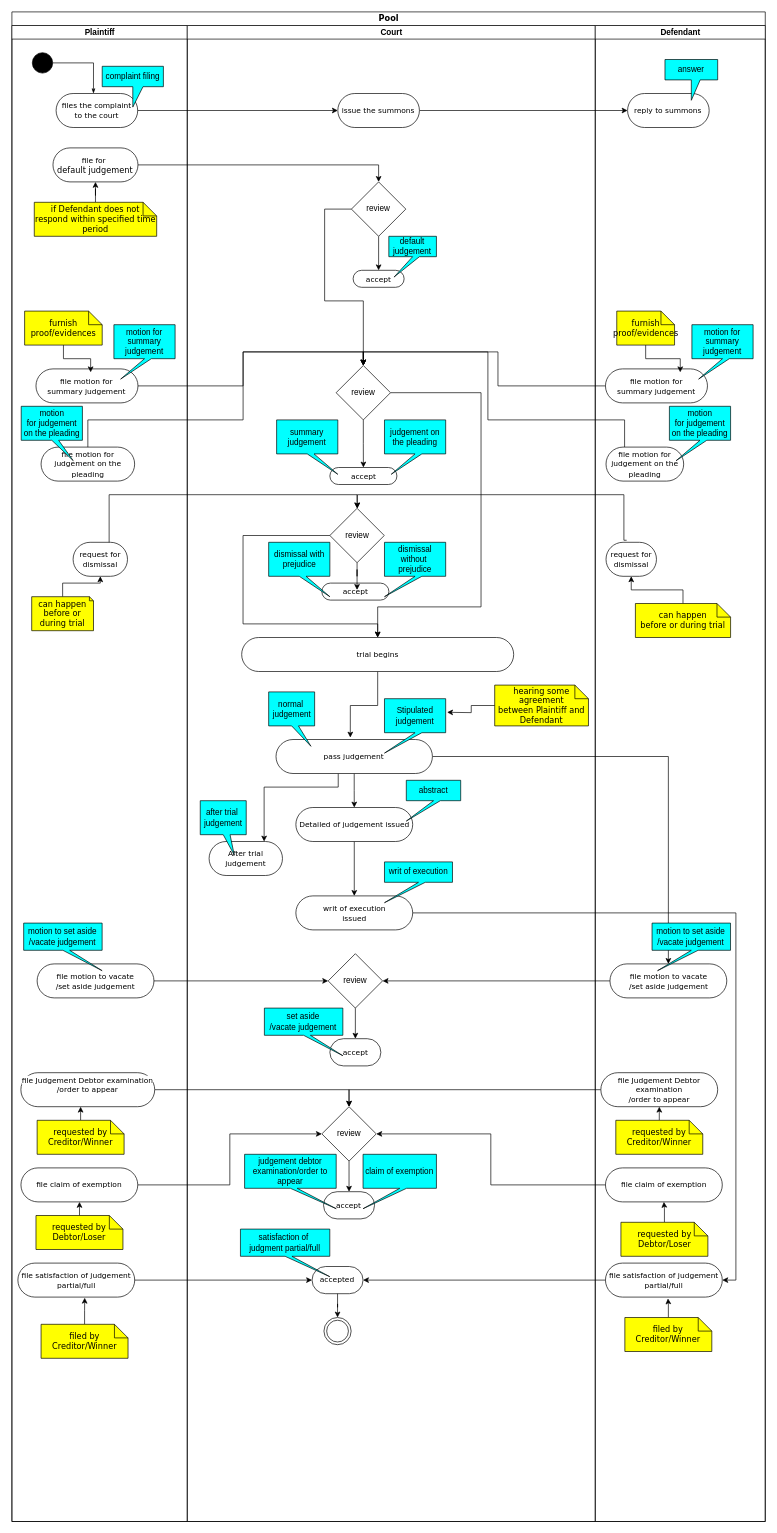
This is Untitled Diagram.drawio from mohanshenoy/test-repository-1, a draw.io file, before an edit. Source tidied: cells renumbered, new cells numbered last; positions are measured from the earlier drawing's top-left corner, leaving out a move shared by most shapes. Both pictures are drawn from the tidied source at 68%, with x=0, y=0 at pixel (12, 12).
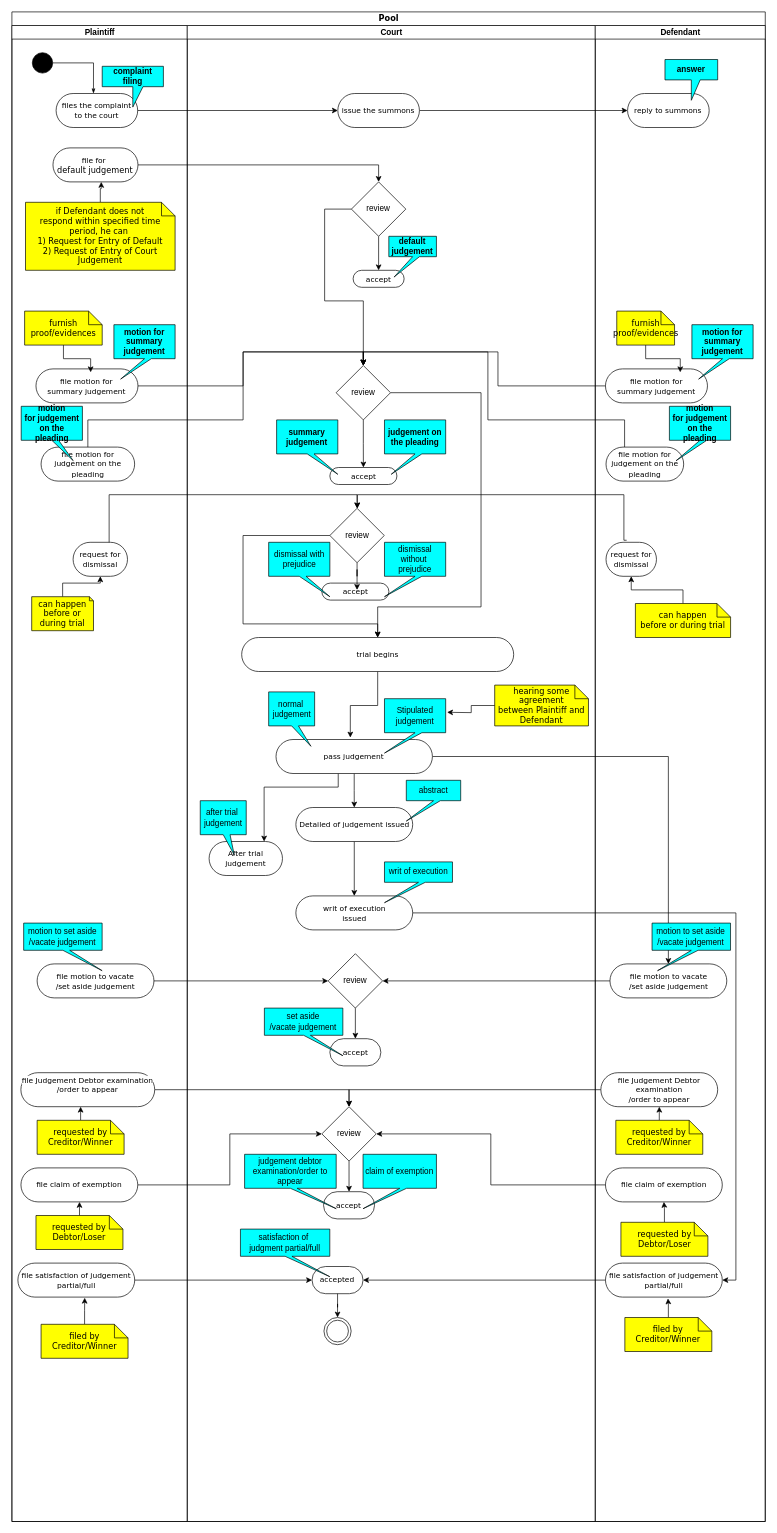
Above is the later version.

The change refers to these unchanged cells:
```xml
<mxCell id="6" value="Plaintiff" style="swimlane;html=1;startSize=20;" parent="2" vertex="1">
  <mxGeometry y="20" width="257.9" height="2200" as="geometry" />
</mxCell>
<mxCell id="11" value="&lt;span style=&quot;font-size: 11px; background-color: rgb(255, 255, 255);&quot;&gt;file for&amp;nbsp;&lt;br&gt;&lt;/span&gt;default judgement" style="rounded=1;whiteSpace=wrap;html=1;shadow=0;comic=0;labelBackgroundColor=none;strokeWidth=1;fontFamily=Verdana;fontSize=12;align=center;arcSize=50;" parent="6" vertex="1">
  <mxGeometry x="60.4" y="180" width="125" height="50" as="geometry" />
</mxCell>
<mxCell id="49" value="Court" style="swimlane;html=1;startSize=20;" parent="2" vertex="1">
  <mxGeometry x="257.9" y="20" width="600" height="2200" as="geometry" />
</mxCell>
<mxCell id="96" value="Defendant" style="swimlane;html=1;startSize=20;" parent="2" vertex="1">
  <mxGeometry x="857.9" y="20" width="250" height="2200" as="geometry" />
</mxCell>
```

What changed in the source:
```diff
@@
-    <mxCell id="10" value="complaint filing" style="shape=callout;whiteSpace=wrap;html=1;perimeter=calloutPerimeter;fillColor=#00FFFF;base=15;" parent="6" vertex="1">
+    <mxCell id="10" value="&lt;b&gt;complaint filing&lt;/b&gt;" style="shape=callout;whiteSpace=wrap;html=1;perimeter=calloutPerimeter;fillColor=#00FFFF;base=15;" parent="6" vertex="1">
       <mxGeometry x="132.8" y="60" width="90" height="60" as="geometry" />
     </mxCell>
@@
-    <mxCell id="12" style="edgeStyle=orthogonalEdgeStyle;rounded=0;jettySize=auto;html=1;" parent="6" edge="1" source="13" target="11">
+    <mxCell id="12" style="edgeStyle=orthogonalEdgeStyle;rounded=0;jettySize=auto;html=1;entryX=0.568;entryY=1;entryDx=0;entryDy=0;entryPerimeter=0;" parent="6" edge="1" source="13" target="11">
       <mxGeometry relative="1" as="geometry" />
     </mxCell>
-    <mxCell id="13" value="if Defendant does not&lt;br&gt;respond within specified time &lt;br&gt;period" style="shape=note;whiteSpace=wrap;html=1;rounded=0;shadow=0;comic=0;labelBackgroundColor=none;strokeWidth=1;fontFamily=Verdana;fontSize=12;align=center;size=20;fillColor=#FFFF00;" parent="6" vertex="1">
-      <mxGeometry x="32.9" y="260" width="180" height="50" as="geometry" />
+    <mxCell id="13" value="if Defendant does not&lt;br&gt;respond within specified time &lt;br&gt;period, he can&amp;nbsp;&lt;br&gt;1)&amp;nbsp;Request for Entry of Default&lt;br&gt;2)&amp;nbsp;Request of Entry of Court Judgement" style="shape=note;whiteSpace=wrap;html=1;rounded=0;shadow=0;comic=0;labelBackgroundColor=none;strokeWidth=1;fontFamily=Verdana;fontSize=12;align=center;size=20;fillColor=#FFFF00;" parent="6" vertex="1">
+      <mxGeometry x="20" y="260" width="220" height="100" as="geometry" />
     </mxCell>
@@
-    <mxCell id="16" value="motion for&lt;br&gt;summary judgement" style="shape=callout;whiteSpace=wrap;html=1;perimeter=calloutPerimeter;fillColor=#00FFFF;base=10;position2=0.11;" parent="6" vertex="1">
+    <mxCell id="16" value="&lt;b&gt;motion for&lt;br&gt;summary judgement&lt;/b&gt;" style="shape=callout;whiteSpace=wrap;html=1;perimeter=calloutPerimeter;fillColor=#00FFFF;base=10;position2=0.11;" parent="6" vertex="1">
       <mxGeometry x="150" y="440" width="90" height="80" as="geometry" />
     </mxCell>
-    <mxCell id="17" value="motion for&amp;nbsp;judgement on the pleading" style="shape=callout;whiteSpace=wrap;html=1;perimeter=calloutPerimeter;fillColor=#00FFFF;base=10;position2=0.85;" parent="6" vertex="1">
+    <mxCell id="17" value="&lt;b&gt;motion for&amp;nbsp;judgement on the pleading&lt;/b&gt;" style="shape=callout;whiteSpace=wrap;html=1;perimeter=calloutPerimeter;fillColor=#00FFFF;base=10;position2=0.85;" parent="6" vertex="1">
       <mxGeometry x="13.7" y="560" width="90" height="80" as="geometry" />
     </mxCell>
@@
-    <mxCell id="55" value="default judgement" style="shape=callout;whiteSpace=wrap;html=1;perimeter=calloutPerimeter;fillColor=#00FFFF;base=10;position2=0.11;" parent="49" vertex="1">
+    <mxCell id="55" value="&lt;b&gt;default judgement&lt;/b&gt;" style="shape=callout;whiteSpace=wrap;html=1;perimeter=calloutPerimeter;fillColor=#00FFFF;base=10;position2=0.11;" parent="49" vertex="1">
       <mxGeometry x="296.4" y="310" width="70" height="60" as="geometry" />
     </mxCell>
@@
-    <mxCell id="73" value="summary judgement" style="shape=callout;whiteSpace=wrap;html=1;perimeter=calloutPerimeter;fillColor=#00FFFF;base=10;position2=1;" parent="49" vertex="1">
+    <mxCell id="73" value="&lt;b&gt;summary judgement&lt;/b&gt;" style="shape=callout;whiteSpace=wrap;html=1;perimeter=calloutPerimeter;fillColor=#00FFFF;base=10;position2=1;" parent="49" vertex="1">
       <mxGeometry x="131.4" y="580" width="90" height="80" as="geometry" />
     </mxCell>
-    <mxCell id="74" value="judgement on the pleading" style="shape=callout;whiteSpace=wrap;html=1;perimeter=calloutPerimeter;fillColor=#00FFFF;base=10;position2=0.11;" parent="49" vertex="1">
+    <mxCell id="74" value="&lt;b&gt;judgement on the pleading&lt;/b&gt;" style="shape=callout;whiteSpace=wrap;html=1;perimeter=calloutPerimeter;fillColor=#00FFFF;base=10;position2=0.11;" parent="49" vertex="1">
       <mxGeometry x="290" y="580" width="90" height="80" as="geometry" />
     </mxCell>
@@
-    <mxCell id="98" value="answer" style="shape=callout;whiteSpace=wrap;html=1;perimeter=calloutPerimeter;fillColor=#00FFFF;base=13;" parent="96" vertex="1">
+    <mxCell id="98" value="&lt;b&gt;answer&lt;/b&gt;" style="shape=callout;whiteSpace=wrap;html=1;perimeter=calloutPerimeter;fillColor=#00FFFF;base=13;" parent="96" vertex="1">
       <mxGeometry x="102.5" y="50" width="77.5" height="60" as="geometry" />
     </mxCell>
@@
-    <mxCell id="101" value="motion for&lt;br&gt;summary judgement" style="shape=callout;whiteSpace=wrap;html=1;perimeter=calloutPerimeter;fillColor=#00FFFF;base=10;position2=0.11;" parent="96" vertex="1">
+    <mxCell id="101" value="&lt;b&gt;motion for&lt;br&gt;summary judgement&lt;/b&gt;" style="shape=callout;whiteSpace=wrap;html=1;perimeter=calloutPerimeter;fillColor=#00FFFF;base=10;position2=0.11;" parent="96" vertex="1">
       <mxGeometry x="142.1" y="440" width="90" height="80" as="geometry" />
     </mxCell>
-    <mxCell id="102" value="motion for&amp;nbsp;judgement on the pleading" style="shape=callout;whiteSpace=wrap;html=1;perimeter=calloutPerimeter;fillColor=#00FFFF;base=10;position2=0.11;" parent="96" vertex="1">
+    <mxCell id="102" value="&lt;b&gt;motion for&amp;nbsp;judgement on the pleading&lt;/b&gt;" style="shape=callout;whiteSpace=wrap;html=1;perimeter=calloutPerimeter;fillColor=#00FFFF;base=10;position2=0.11;" parent="96" vertex="1">
       <mxGeometry x="109" y="560" width="90" height="80" as="geometry" />
     </mxCell>
```
